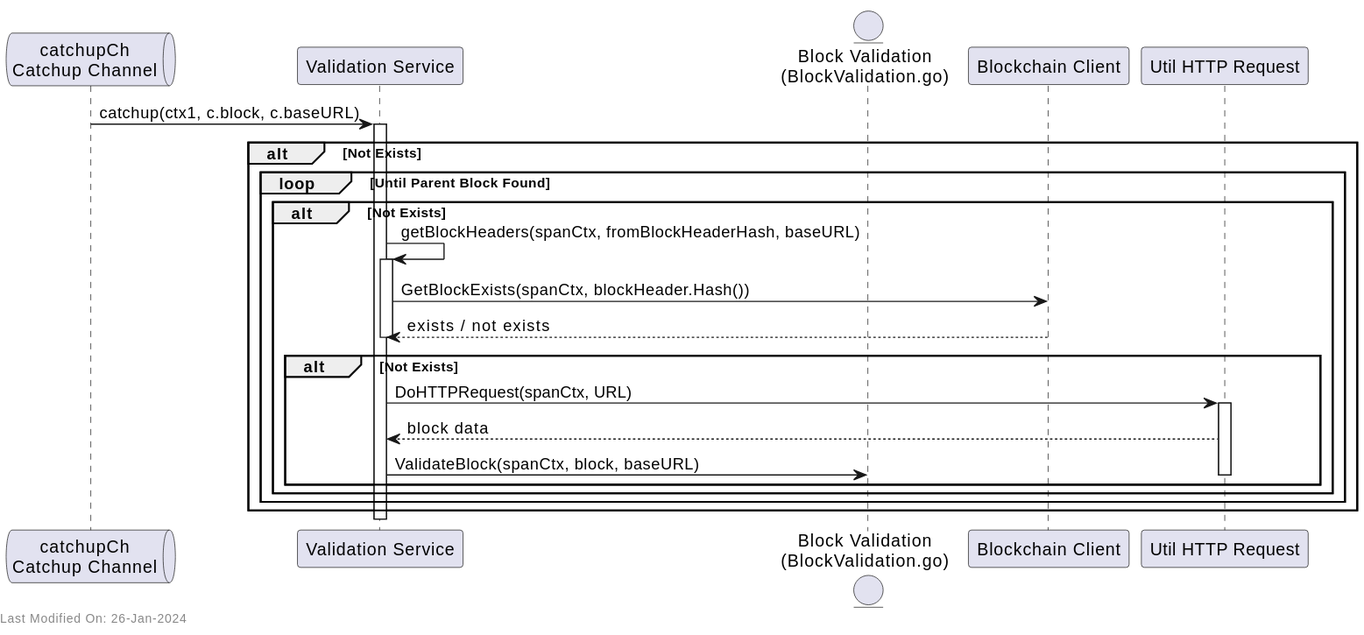
This is docs/services/img/plantuml/blockvalidation/block_validation_p2p_block_catchup.svg from freemans13/teranode, a PlantUML export, as it was before one commit. Its source is kept beside it as docs/services/img/plantuml/blockvalidation/block_validation_p2p_block_catchup.puml.
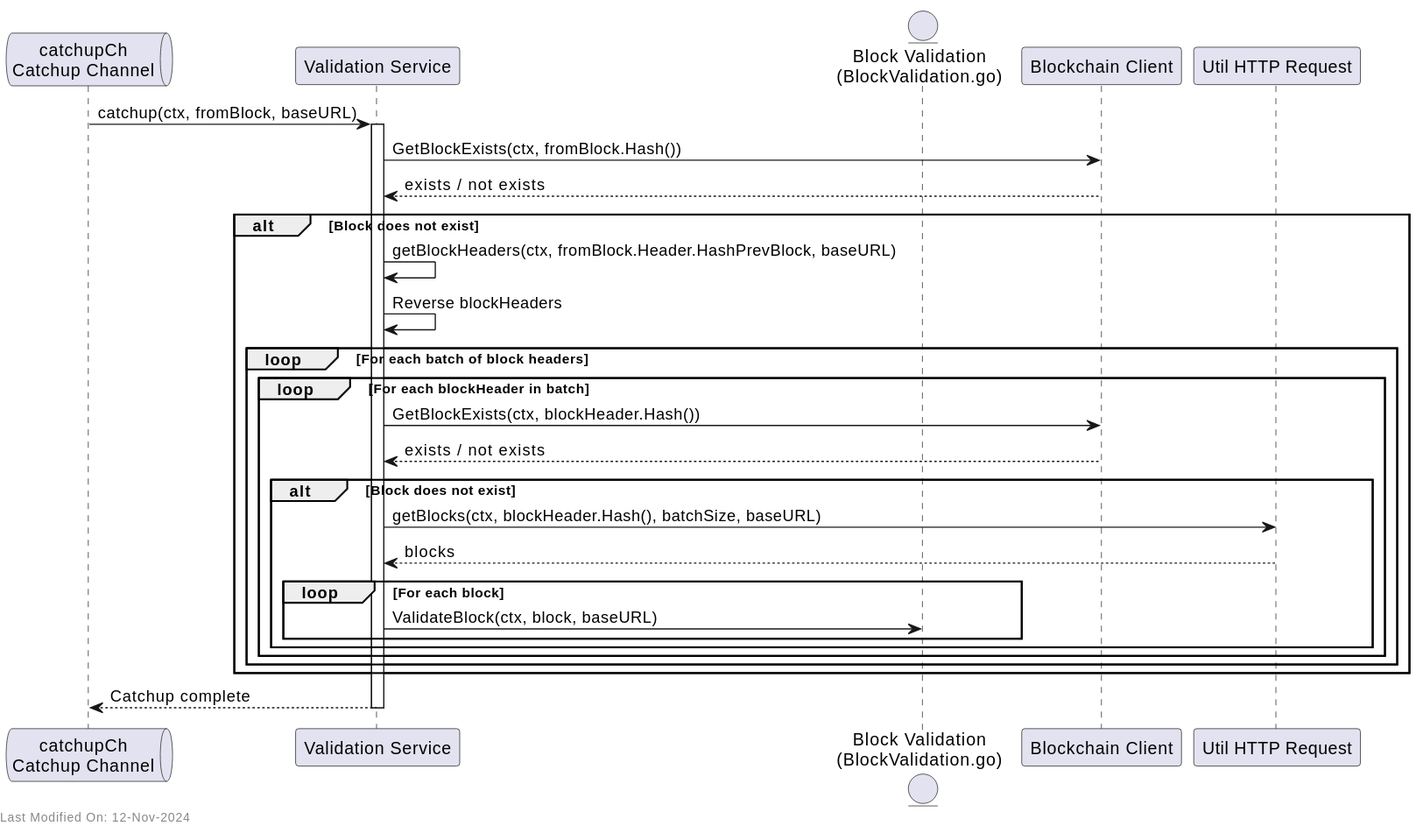
Later version of the same file.

Commit message:
Documentation - restructure Block Validation documentation for better separation of design and reference documents #1398

What changed in the source:
```diff
@@ -2,36 +2,37 @@
 queue "catchupCh\nCatchup Channel" as CatchupCh
 participant "Validation Service" as ValidationService
 entity "Block Validation\n(BlockValidation.go)" as BVVB
-
 participant "Blockchain Client" as BC
 participant "Util HTTP Request" as Util
 
-
-CatchupCh -> ValidationService: catchup(ctx1, c.block, c.baseURL)
+CatchupCh -> ValidationService: catchup(ctx, fromBlock, baseURL)
 activate ValidationService
 
+ValidationService -> BC: GetBlockExists(ctx, fromBlock.Hash())
+BC --> ValidationService: exists / not exists
 
-alt Not Exists
-    loop Until Parent Block Found
+alt Block does not exist
+    ValidationService -> ValidationService: getBlockHeaders(ctx, fromBlock.Header.HashPrevBlock, baseURL)
+    ValidationService -> ValidationService: Reverse blockHeaders
 
-        alt Not Exists
-            ValidationService -> ValidationService: getBlockHeaders(spanCtx, fromBlockHeaderHash, baseURL)
-            activate ValidationService
-            ValidationService -> BC: GetBlockExists(spanCtx, blockHeader.Hash())
+    loop For each batch of block headers
+        loop For each blockHeader in batch
+            ValidationService -> BC: GetBlockExists(ctx, blockHeader.Hash())
             BC --> ValidationService: exists / not exists
-            deactivate ValidationService
 
-            alt Not Exists
-                ValidationService -> Util: DoHTTPRequest(spanCtx, URL)
-                activate Util
-                Util --> ValidationService: block data
-                ValidationService -> BVVB: ValidateBlock(spanCtx, block, baseURL)
-                deactivate Util
+            alt Block does not exist
+                ValidationService -> Util: getBlocks(ctx, blockHeader.Hash(), batchSize, baseURL)
+                Util --> ValidationService: blocks
+
+                loop For each block
+                    ValidationService -> BVVB: ValidateBlock(ctx, block, baseURL)
+                end
             end
         end
     end
 end
 
+ValidationService --> CatchupCh: Catchup complete
 deactivate ValidationService
 
 left footer Last Modified On: %date("dd-MMM-yyyy")
```
